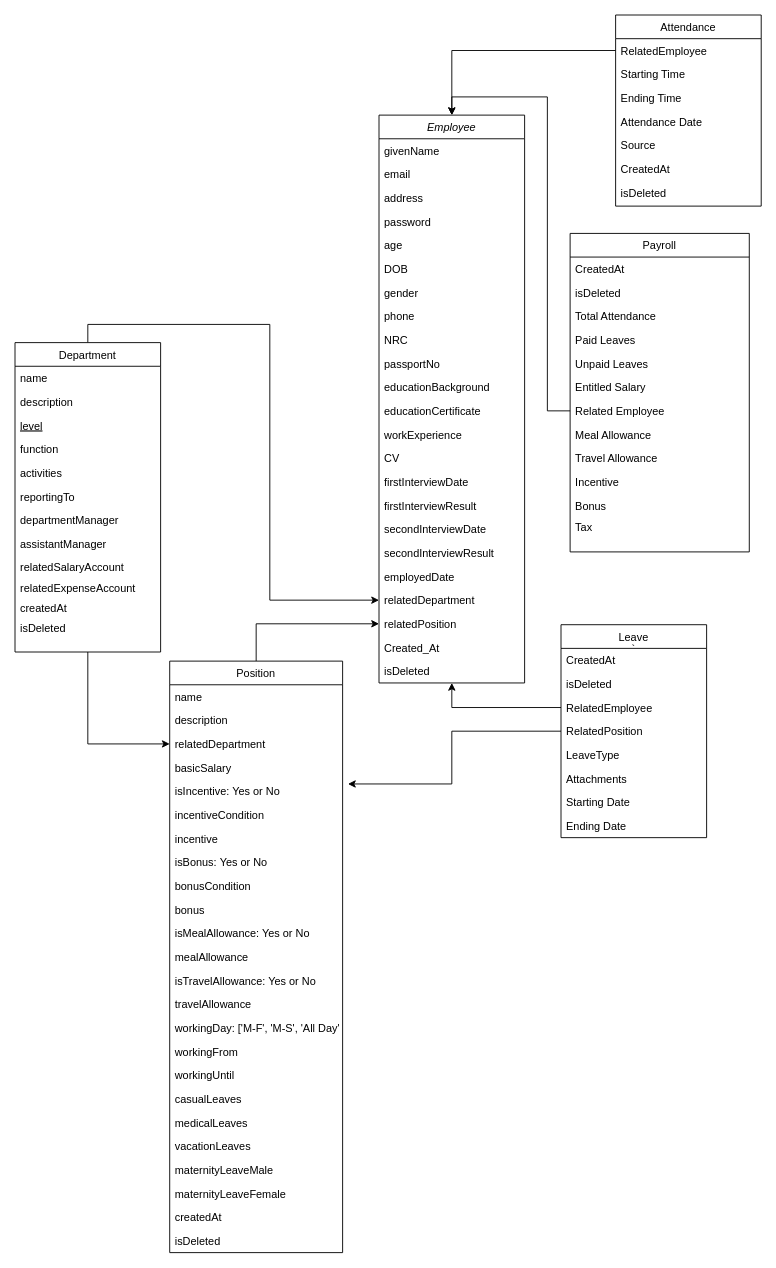
Before: config/HRMClassDiagram.drawio in KyawZawLwin6394/HRM-Module, a draw.io diagram. Source tidied: cells renumbered, new cells numbered last; positions are measured from the earlier drawing's top-left corner, leaving out a move shared by most shapes. Both pictures are drawn from the tidied source at 91%, with x=0, y=0 at pixel (15, 15).
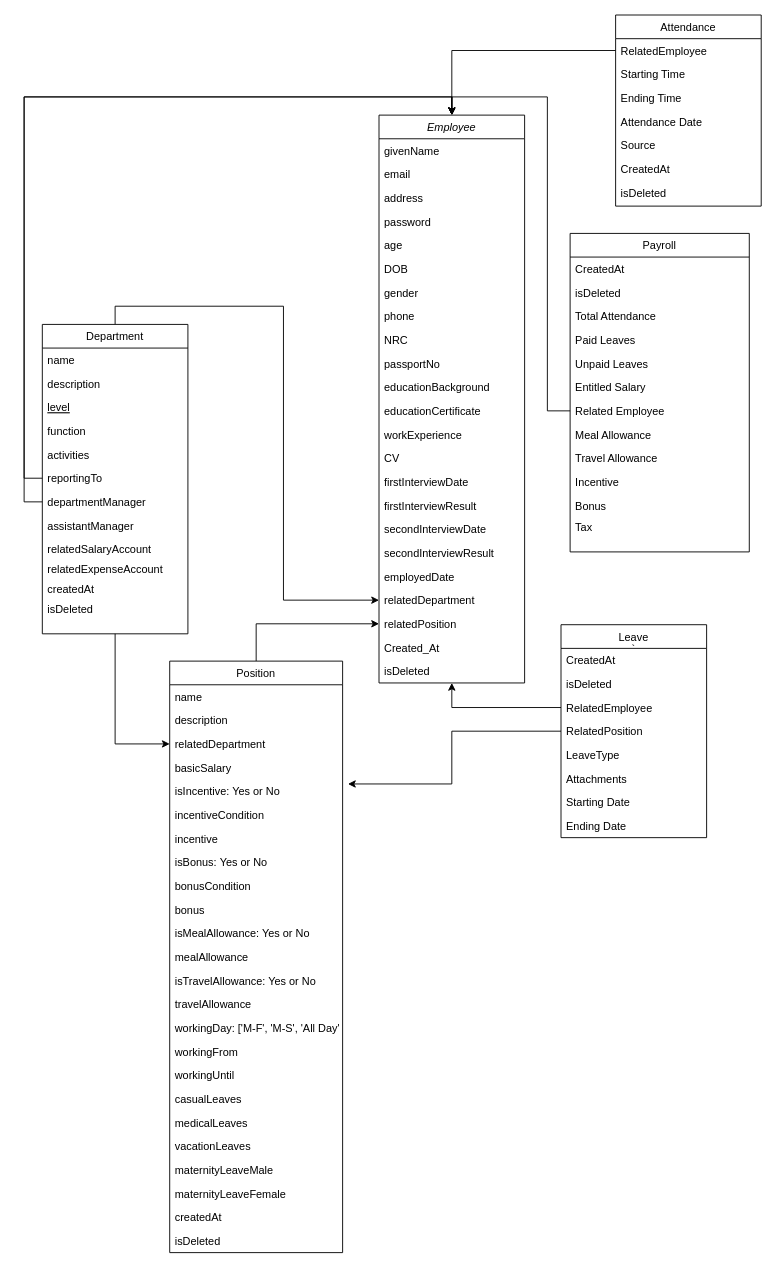
After the change.

The change refers to these unchanged cells:
```xml
<mxCell id="2" value="Employee&#10;" style="swimlane;fontStyle=2;align=center;verticalAlign=top;horizontal=1;startSize=26;rounded=0;shadow=0;strokeWidth=1;" parent="1" vertex="1">
  <mxGeometry x="400" y="110" width="160" height="624" as="geometry" />
</mxCell>
<mxCell id="34" value="reportingTo" style="text;align=left;verticalAlign=top;spacingLeft=4;spacingRight=4;overflow=hidden;points=[[0,0.5],[1,0.5]];portConstraint=eastwest;" parent="28" vertex="1">
  <mxGeometry y="156" width="160" height="26" as="geometry" />
</mxCell>
<mxCell id="35" value="departmentManager" style="text;align=left;verticalAlign=top;spacingLeft=4;spacingRight=4;overflow=hidden;points=[[0,0.5],[1,0.5]];portConstraint=eastwest;" parent="28" vertex="1">
  <mxGeometry y="182" width="160" height="26" as="geometry" />
</mxCell>
```

Diff of the diagram source:
```diff
@@
     <mxCell id="28" value="Department" style="swimlane;fontStyle=0;align=center;verticalAlign=top;horizontal=1;startSize=26;rounded=0;shadow=0;strokeWidth=1;" parent="1" vertex="1">
-      <mxGeometry y="360" width="160" height="340" as="geometry" />
+      <mxGeometry x="30" y="340" width="160" height="340" as="geometry" />
     </mxCell>
@@
+    <mxCell id="101" style="edgeStyle=orthogonalEdgeStyle;rounded=0;jettySize=auto;html=1;exitX=0;exitY=0.5;exitDx=0;exitDy=0;entryX=0.5;entryY=0;entryDx=0;entryDy=0;" parent="1" edge="1" source="34" target="2">
+      <mxGeometry relative="1" as="geometry" />
+    </mxCell>
+    <mxCell id="102" style="edgeStyle=orthogonalEdgeStyle;rounded=0;jettySize=auto;html=1;exitX=0;exitY=0.5;exitDx=0;exitDy=0;entryX=0.5;entryY=0;entryDx=0;entryDy=0;" parent="1" edge="1" source="35" target="2">
+      <mxGeometry relative="1" as="geometry" />
+    </mxCell>
```
